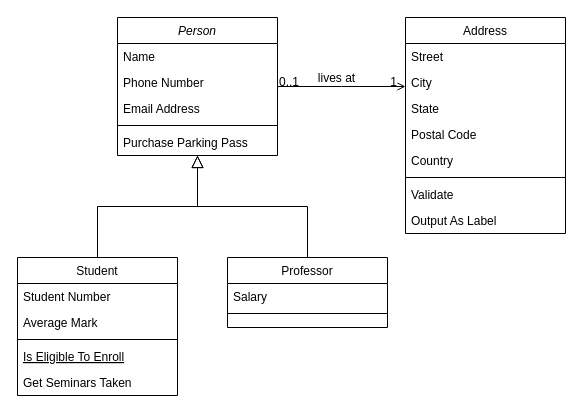
lvmq/emop keeps this draw.io diagram as 未命名绘图.drawio. Above is the earlier version. Source tidied: cells renumbered, new cells numbered last; positions are measured from the earlier drawing's top-left corner, leaving out a move shared by most shapes. Both pictures are drawn from the tidied source at 100%, with x=0, y=0 at pixel (17, 17).
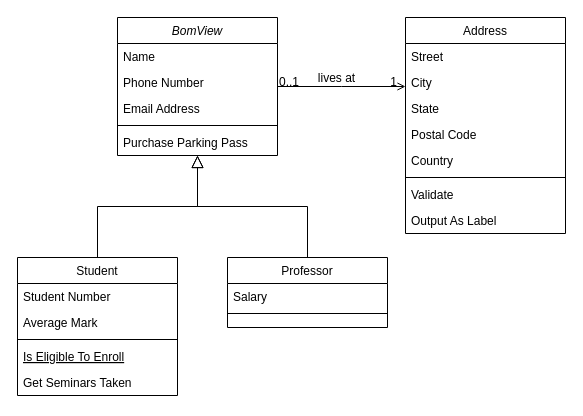
The same diagram, later.

The edit, as a diff of the source:
```diff
@@
-    <mxCell id="2" value="Person" style="swimlane;fontStyle=2;align=center;verticalAlign=top;horizontal=1;startSize=26;rounded=0;shadow=0;strokeWidth=1;" parent="1" vertex="1">
+    <mxCell id="2" value="BomView" style="swimlane;fontStyle=2;align=center;verticalAlign=top;horizontal=1;startSize=26;rounded=0;shadow=0;strokeWidth=1;" parent="1" vertex="1">
       <mxGeometry x="100" width="160" height="138" as="geometry" />
     </mxCell>
```
